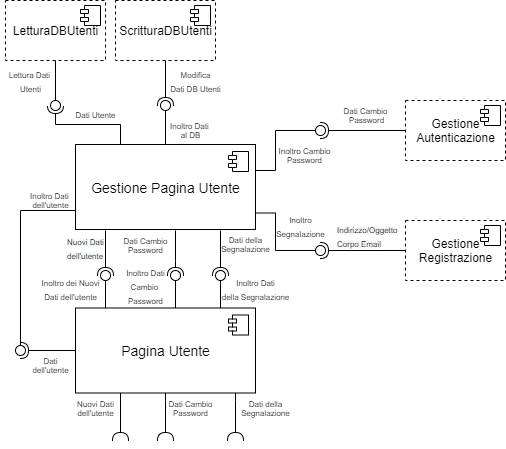
G15-UniTN/iSpesa keeps this draw.io diagram as UML/CD/Modulo 3 Gestione Dati Personali.png. Above is the earlier version. Source tidied: cells renumbered, new cells last; positions are measured from the earlier drawing's top-left corner, leaving out a move shared by most shapes.
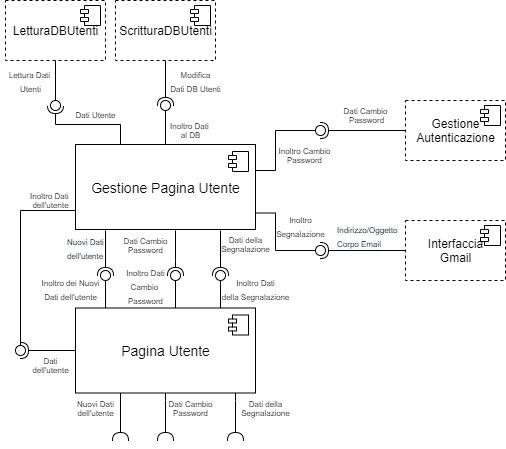
After the change.

What changed in the source:
```diff
@@ -102,7 +102,7 @@
     <mxCell id="22" style="ellipse;whiteSpace=wrap;html=1;align=center;fillColor=none;strokeColor=none;perimeter=centerPerimeter;points=[];outlineConnect=1;fontSize=16;" parent="1" vertex="1">
       <mxGeometry x="15" y="345" width="10" height="10" as="geometry" />
     </mxCell>
-    <mxCell id="23" value="Gestione&lt;br&gt;Registrazione" style="html=1;dashed=1;" parent="1" vertex="1">
+    <mxCell id="23" value="Interfaccia&lt;br&gt;Gmail" style="html=1;dashed=1;" parent="1" vertex="1">
       <mxGeometry x="405" y="220" width="100" height="60" as="geometry" />
     </mxCell>
     <mxCell id="24" style="shape=module;jettyWidth=8;jettyHeight=4;" parent="23" vertex="1">
```
